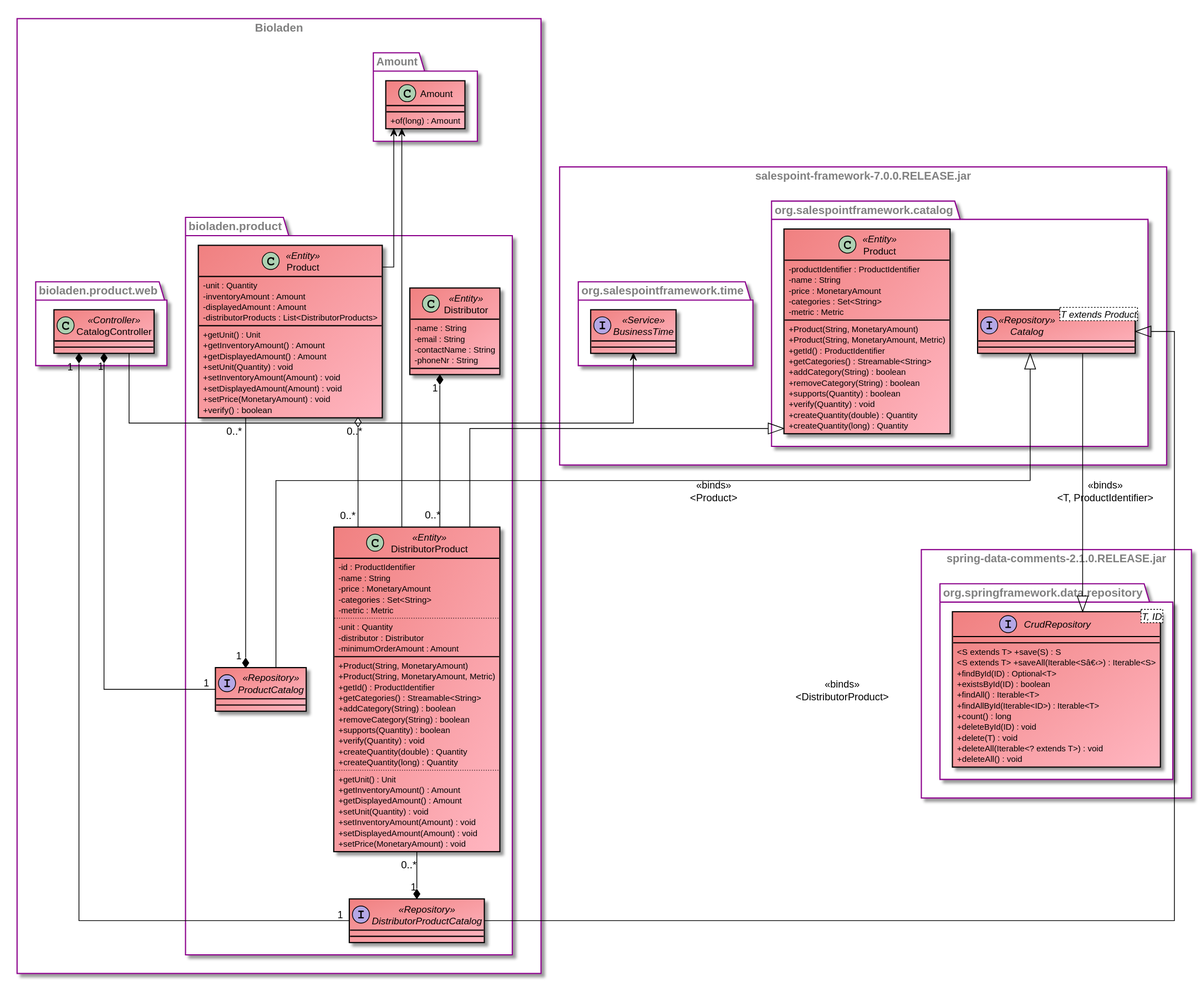
Before: src/main/asciidoc/models/design/DesignProductDepartment.svg, a diagram exported from PlantUML (LimitlessGreen/swt18w43).
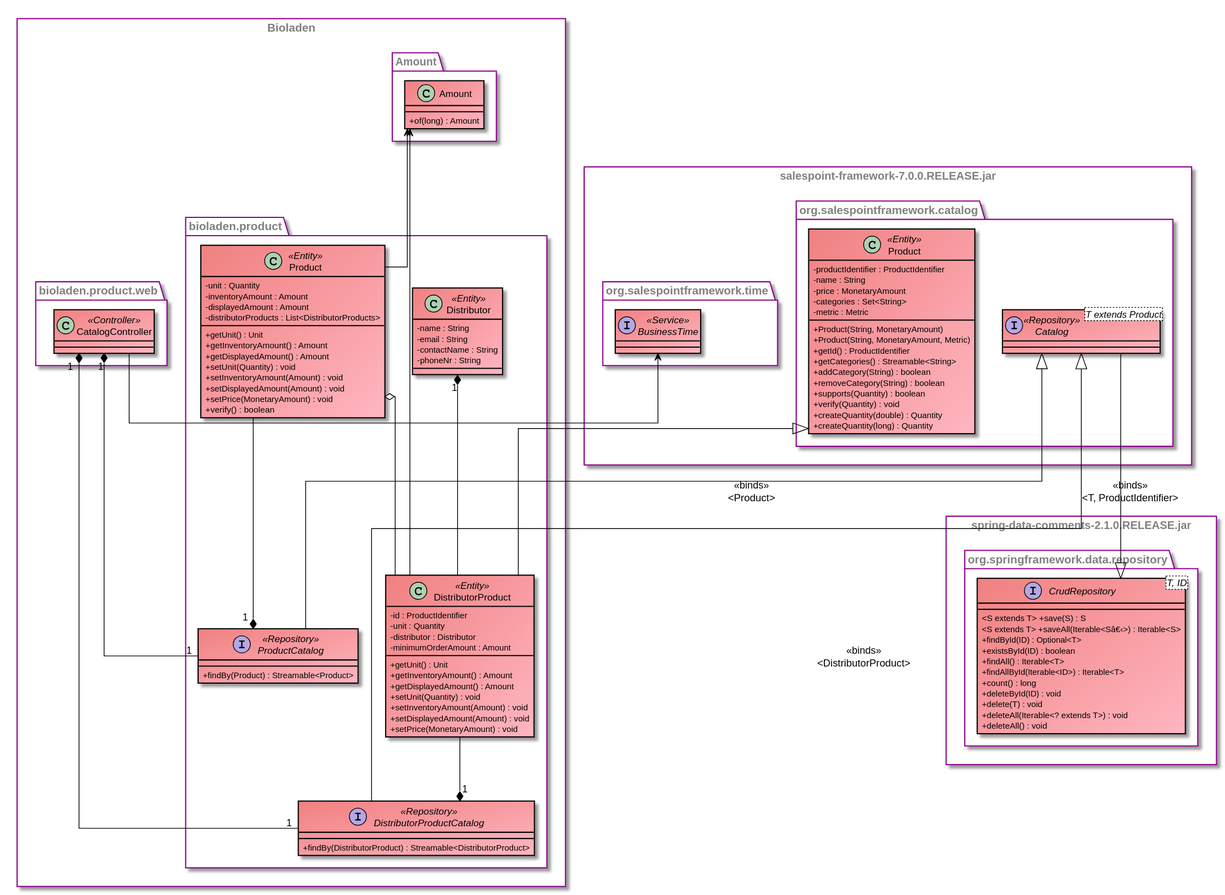
Above is the later version.

Commit message:
[Design] Cardinalities solved

Change to the diagram source:
```diff
@@ -78,35 +78,19 @@
     namespace bioladen.product {
 
         interface ProductCatalog <<Repository>> {
-
+            +findBy(Product) : Streamable<Product>
         }
 
         interface DistributorProductCatalog <<Repository>> {
-
+            +findBy(DistributorProduct) : Streamable<DistributorProduct>
         }
 
         class DistributorProduct <<Entity>> extends org.salespointframework.catalog.Product {
             -id : ProductIdentifier
-            -name : String
-            -price : MonetaryAmount
-            -categories : Set<String>
-            -metric : Metric
-            ..
             -unit : Quantity
             -distributor : Distributor
             -minimumOrderAmount : Amount
-            __
-            +Product(String, MonetaryAmount)
-            +Product(String, MonetaryAmount, Metric)
-            +getId() : ProductIdentifier
-            +getCategories() : Streamable<String>
-            +addCategory(String) : boolean
-            +removeCategory(String) : boolean
-            +supports(Quantity) : boolean
-            +verify(Quantity) : void
-            +createQuantity(double) : Quantity
-            +createQuantity(long) : Quantity
-            ..
+
             +getUnit() : Unit
             +getInventoryAmount() : Amount
             +getDisplayedAmount() : Amount
@@ -133,18 +117,18 @@
         }
 
         class Distributor <<Entity>> {
-        -name : String
-        -email : String
-        -contactName : String
-        -phoneNr : String
+            -name : String
+            -email : String
+            -contactName : String
+            -phoneNr : String
          }
 
 
 
 
-        Product "0..*" o-- "0..*" DistributorProduct
-        DistributorProduct "0..*" --* "1" DistributorProductCatalog
-        Product "0..*" --* "1" ProductCatalog
+        Product  o--  DistributorProduct
+        DistributorProduct  --* "1" DistributorProductCatalog
+        Product --* "1" ProductCatalog
 
 
     }
@@ -176,6 +160,6 @@
 org.salespointframework.catalog.Catalog --|> org.springframework.data.repository.CrudRepository: <<binds>>\n<T, ProductIdentifier>
 org.salespointframework.catalog.Catalog <|-- bioladen.product.ProductCatalog: <<binds>>\n<Product>
 org.salespointframework.catalog.Catalog <|-- bioladen.product.DistributorProductCatalog: <<binds>>\n<DistributorProduct>
-bioladen.product.Distributor "1" *-- "0..*" bioladen.product.DistributorProduct
+bioladen.product.Distributor "1" *--  bioladen.product.DistributorProduct
 
 @enduml
```
